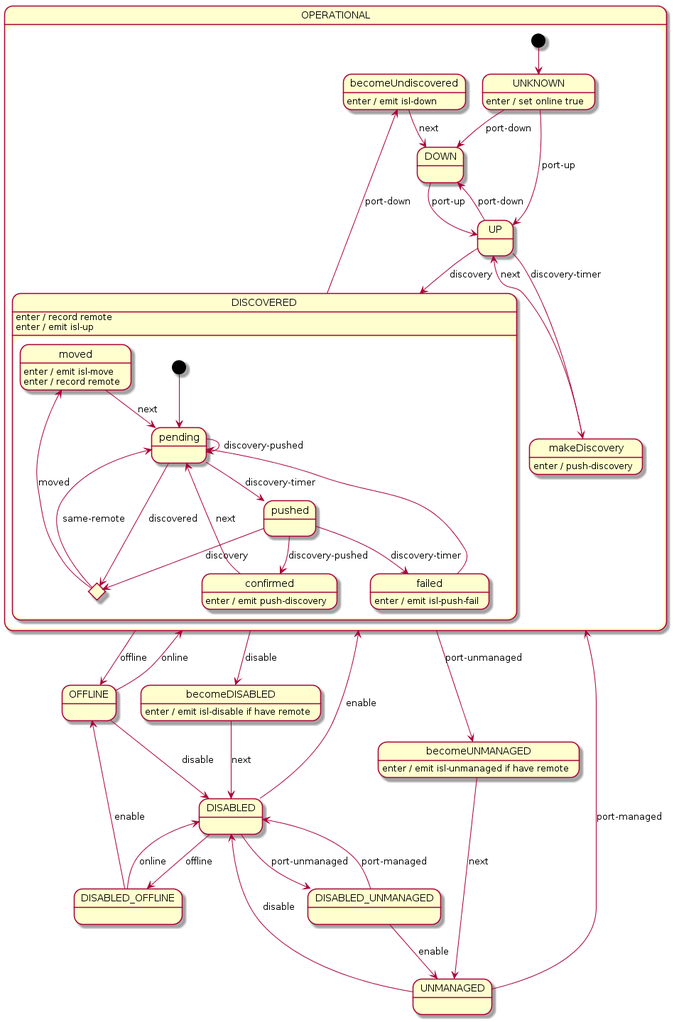
Above: docs/design/network-discovery/port-FSM.png in telstra/open-kilda (PlantUML), before the change.
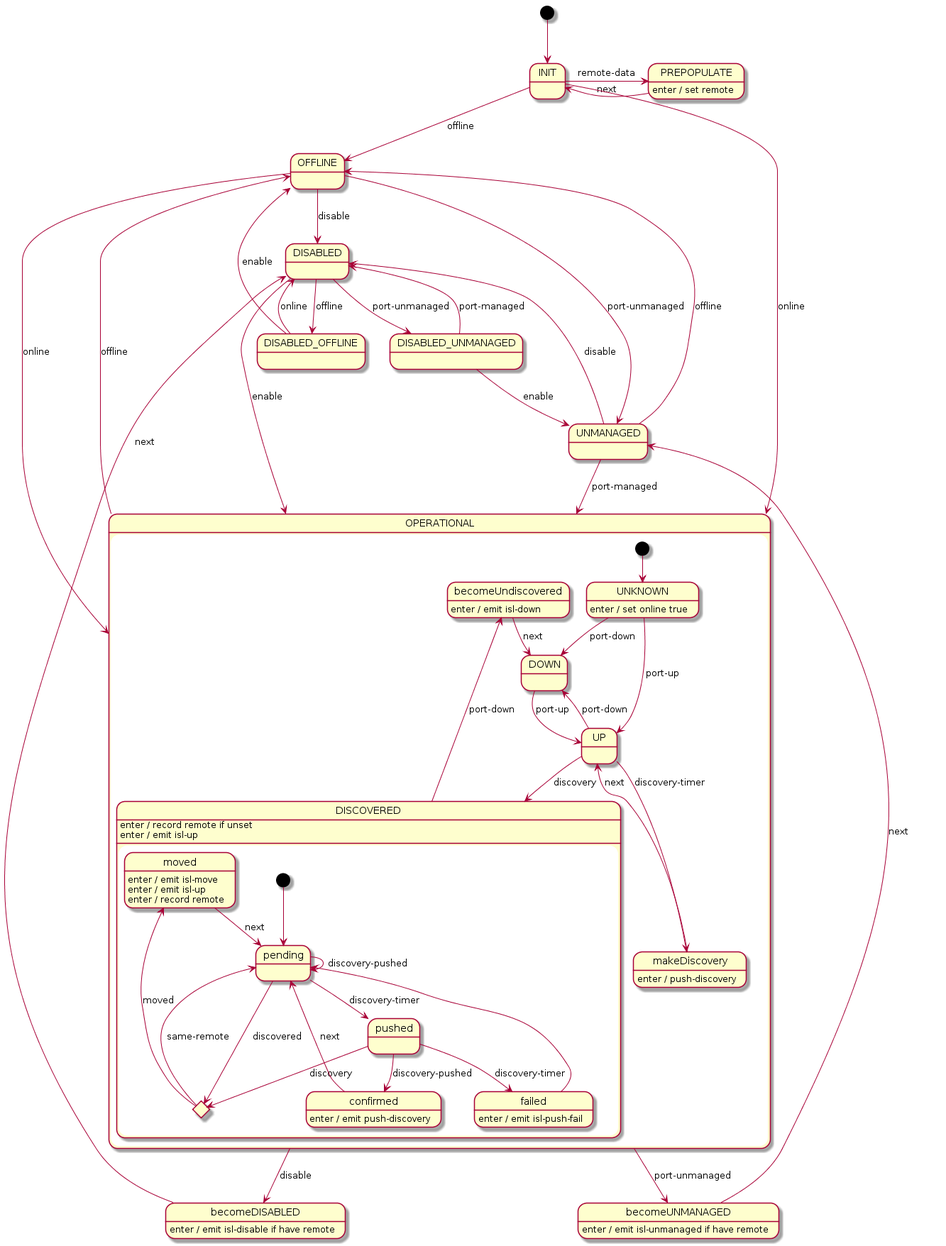
After the change.

Change to the diagram source:
```diff
@@ -1,4 +1,13 @@
 @startuml
+[*] --> INIT
+
+INIT -r-> PREPOPULATE : remote-data
+INIT --> OFFLINE : offline
+INIT --> OPERATIONAL : online
+
+PREPOPULATE : enter / set remote
+PREPOPULATE -l-> INIT : next
+
 state OPERATIONAL {
     [*] --> UNKNOWN
 
@@ -16,7 +25,7 @@
     DOWN --> UP : port-up
 
     state DISCOVERED {
-        DISCOVERED : enter / record remote
+        DISCOVERED : enter / record remote if unset
         DISCOVERED : enter / emit isl-up
 
         state checkMoved <<choice>>
@@ -40,6 +49,7 @@
         checkMoved -u-> moved : moved
 
         moved : enter / emit isl-move
+        moved : enter / emit isl-up
         moved : enter / record remote
         moved --> pending : next
     }
@@ -65,9 +75,11 @@
 
 UNMANAGED --> OPERATIONAL : port-managed
 UNMANAGED --> DISABLED : disable
+UNMANAGED --> OFFLINE : offline
 
-OFFLINE -u-> OPERATIONAL : online
+OFFLINE --> OPERATIONAL : online
 OFFLINE --> DISABLED : disable
+OFFLINE --> UNMANAGED : port-unmanaged
 
 DISABLED_OFFLINE --> DISABLED : online
 DISABLED_OFFLINE --> OFFLINE : enable
```
